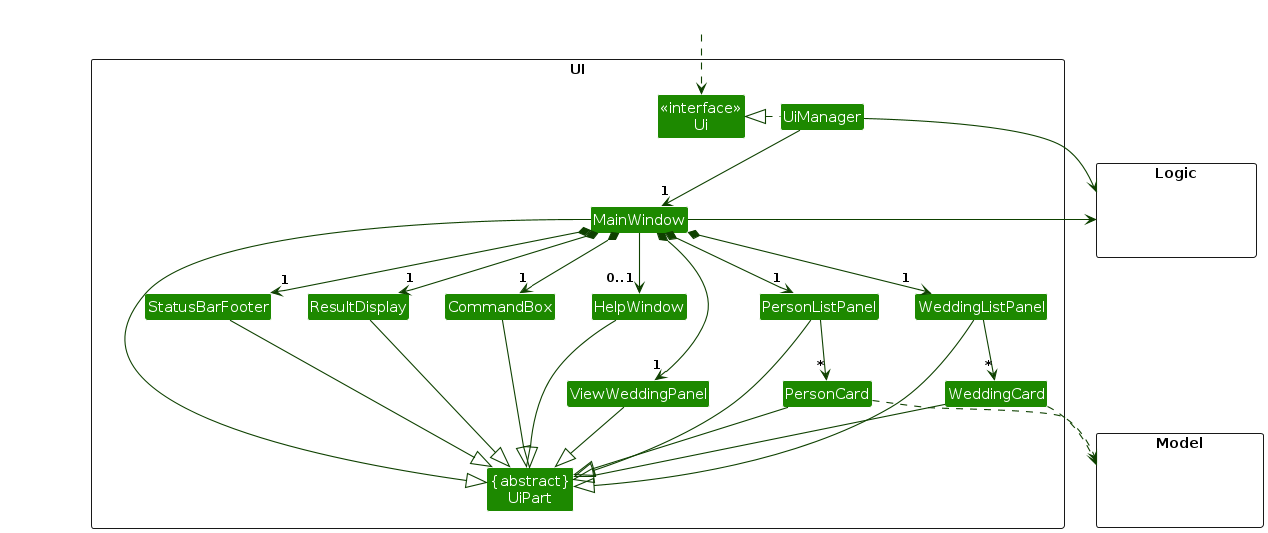
Before: diagrams/UiClassDiagram.png, a diagram exported from PlantUML (AY2425S1-CS2103T-W13-4/tp). Its source is kept beside it as diagrams/UiClassDiagram.puml. Source of this version:
```plantuml
@startuml
!include style.puml
skinparam arrowThickness 1.1
skinparam arrowColor UI_COLOR_T4
skinparam classBackgroundColor UI_COLOR

package UI <<Rectangle>>{
Class "<<interface>>\nUi" as Ui
Class "{abstract}\nUiPart" as UiPart
Class UiManager
Class MainWindow
Class HelpWindow
Class ResultDisplay
Class PersonListPanel
Class PersonCard
Class StatusBarFooter
Class CommandBox
Class WeddingCard
Class WeddingListPanel
Class ViewWeddingPanel
}

package Model <<Rectangle>> {
Class HiddenModel #FFFFFF
}

package Logic <<Rectangle>> {
Class HiddenLogic #FFFFFF
}

Class HiddenOutside #FFFFFF
HiddenOutside ..> Ui

UiManager .left.|> Ui
UiManager -down-> "1" MainWindow
MainWindow *-down->  "1" CommandBox
MainWindow *-down-> "1" ResultDisplay
MainWindow *-down-> "1" PersonListPanel
MainWindow *-down-> "1" StatusBarFooter
MainWindow --> "0..1" HelpWindow
MainWindow *-down-> "1" WeddingListPanel
MainWindow *-down-> "1" ViewWeddingPanel

PersonListPanel -down-> "*" PersonCard
WeddingListPanel -down-> "*" WeddingCard

MainWindow -left-|> UiPart

ResultDisplay --|> UiPart
CommandBox --|> UiPart
PersonListPanel --|> UiPart
PersonCard --|> UiPart
StatusBarFooter --|> UiPart
HelpWindow --|> UiPart
WeddingCard --|> UiPart
WeddingListPanel --|> UiPart
ViewWeddingPanel --|> UiPart

PersonCard ..> Model
WeddingCard ..> Model
UiManager -right-> Logic
MainWindow -left-> Logic

PersonListPanel -[hidden]left- HelpWindow
HelpWindow -[hidden]left- CommandBox
CommandBox -[hidden]left- ResultDisplay
ResultDisplay -[hidden]left- StatusBarFooter

MainWindow -[hidden]-|> UiPart
@enduml
```
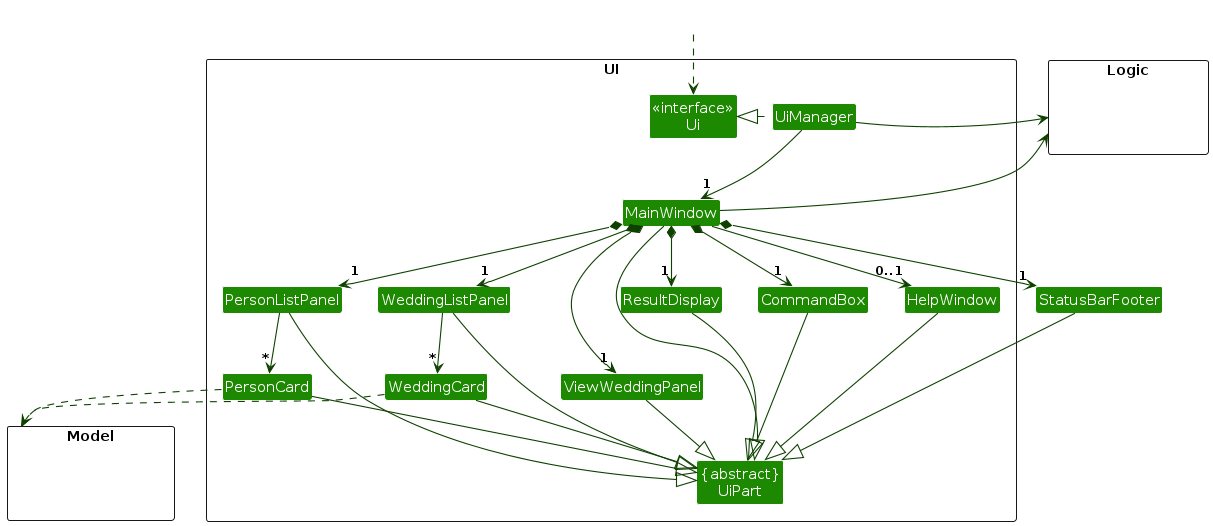
Later version of the same file.

What changed in the source:
```diff
@@ -13,7 +13,6 @@
 Class ResultDisplay
 Class PersonListPanel
 Class PersonCard
-Class StatusBarFooter
 Class CommandBox
 Class WeddingCard
 Class WeddingListPanel
```
